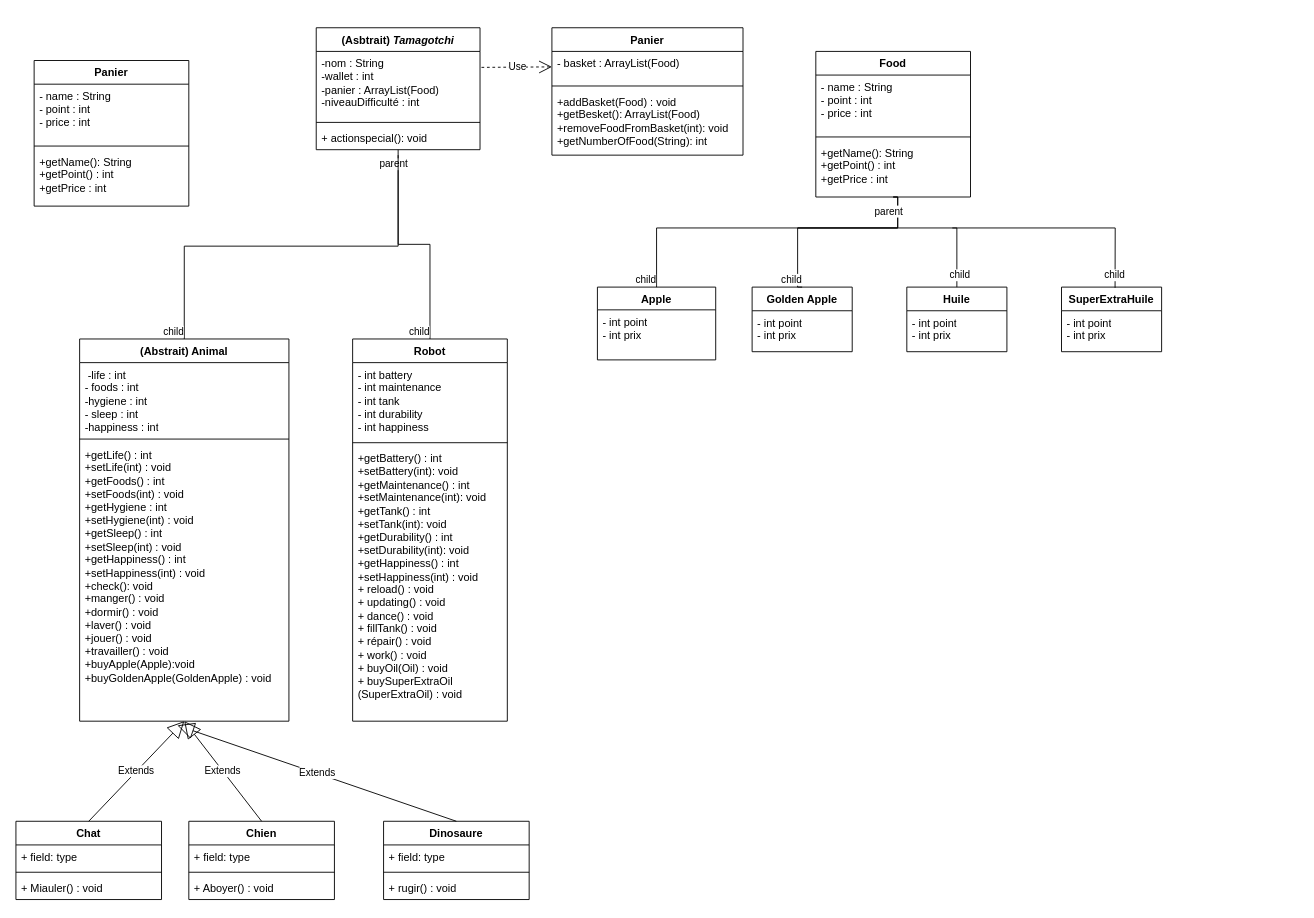
The draw.io diagram DiagramClasse.drawio.drawio in BMaurice56/Tamagotchi, before the edit. Source tidied: cells renumbered, new cells numbered last; positions are measured from the earlier drawing's top-left corner, leaving out a move shared by most shapes. Both pictures are drawn from the tidied source at 91%, with x=0, y=0 at pixel (15, 27).
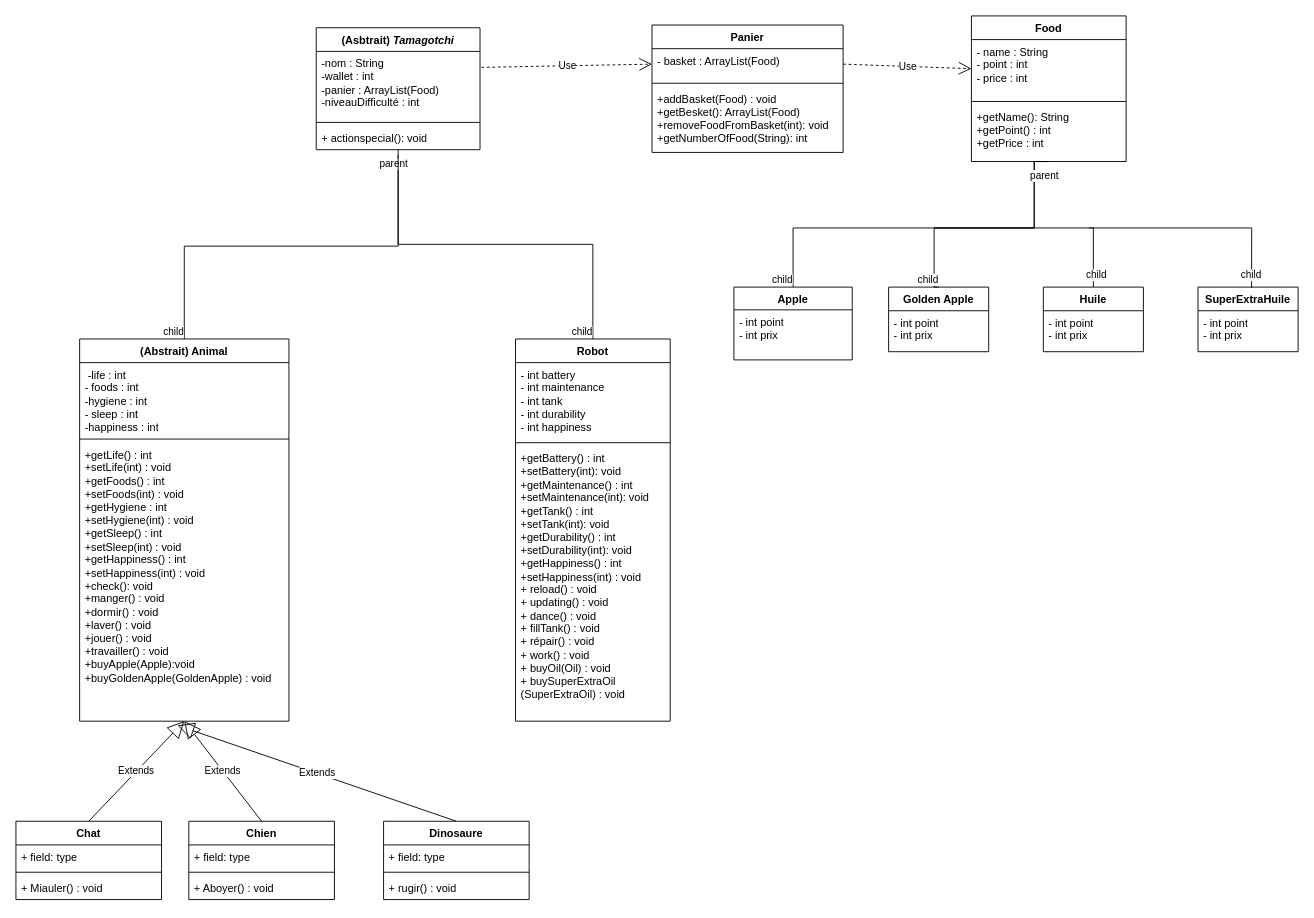
The same diagram, later.

Commit message:
Mettre à jour DiagramClasse.drawio.drawio

The change refers to these unchanged cells:
```xml
<mxCell id="24" value="&lt;div&gt;- name : String&lt;/div&gt;&lt;div&gt;- point : int&lt;/div&gt;&lt;div&gt;- price : int&lt;/div&gt;&lt;div&gt;&lt;br&gt;&lt;/div&gt;" style="text;strokeColor=none;fillColor=none;align=left;verticalAlign=top;spacingLeft=4;spacingRight=4;overflow=hidden;points=[[0,0.5],[1,0.5]];portConstraint=eastwest;whiteSpace=wrap;html=1;" parent="23" vertex="1">
  <mxGeometry y="26" width="170" height="64" as="geometry" />
</mxCell>
<mxCell id="62" value="- basket : ArrayList(Food)" style="text;strokeColor=none;fillColor=none;align=left;verticalAlign=top;spacingLeft=4;spacingRight=4;overflow=hidden;points=[[0,0.5],[1,0.5]];portConstraint=eastwest;whiteSpace=wrap;html=1;" parent="61" vertex="1">
  <mxGeometry y="26" width="210" height="34" as="geometry" />
</mxCell>
```

Diff of the diagram source:
```diff
@@
     <mxCell id="10" value="Robot" style="swimlane;fontStyle=1;align=center;verticalAlign=top;horizontal=1;startSize=26;whiteSpace=wrap;html=1;" parent="1" vertex="1">
-      <mxGeometry x="370" y="342" width="170" height="420" as="geometry" />
+      <mxGeometry x="549" y="342" width="170" height="420" as="geometry" />
     </mxCell>
@@
     <mxCell id="23" value="Food" style="swimlane;fontStyle=1;align=center;verticalAlign=top;horizontal=1;startSize=26;whiteSpace=wrap;html=1;" parent="1" vertex="1">
-      <mxGeometry x="879" y="26" width="170" height="160" as="geometry" />
+      <mxGeometry x="1050" y="-13" width="170" height="160" as="geometry" />
     </mxCell>
@@
     <mxCell id="28" value="Apple" style="swimlane;fontStyle=1;align=center;verticalAlign=top;horizontal=1;startSize=25;whiteSpace=wrap;html=1;" parent="1" vertex="1">
-      <mxGeometry x="639" y="285" width="130" height="80" as="geometry" />
+      <mxGeometry x="789" y="285" width="130" height="80" as="geometry" />
     </mxCell>
@@
     <mxCell id="30" value="Golden Apple" style="swimlane;fontStyle=1;align=center;verticalAlign=top;horizontal=1;startSize=26;whiteSpace=wrap;html=1;" parent="1" vertex="1">
-      <mxGeometry x="809" y="285" width="110" height="71" as="geometry" />
+      <mxGeometry x="959" y="285" width="110" height="71" as="geometry" />
     </mxCell>
@@
     <mxCell id="32" style="endArrow=none;html=1;edgeStyle=orthogonalEdgeStyle;rounded=0;exitX=0.5;exitY=1;exitDx=0;exitDy=0;entryX=0.5;entryY=0;entryDx=0;entryDy=0;fontStyle=1;" parent="1" edge="1" source="23" target="28">
       <mxGeometry relative="1" as="geometry">
         <Array as="points">
-          <mxPoint x="969" y="220" />
-          <mxPoint x="704" y="220" />
+          <mxPoint x="1119" y="220" />
+          <mxPoint x="854" y="220" />
         </Array>
       </mxGeometry>
     </mxCell>
@@
     <mxCell id="35" style="endArrow=none;html=1;edgeStyle=orthogonalEdgeStyle;rounded=0;exitX=0.5;exitY=1;exitDx=0;exitDy=0;entryX=0.5;entryY=0;entryDx=0;entryDy=0;" parent="1" edge="1" source="23" target="30">
       <mxGeometry relative="1" as="geometry">
         <Array as="points">
-          <mxPoint x="969" y="220" />
-          <mxPoint x="859" y="220" />
-          <mxPoint x="859" y="285" />
+          <mxPoint x="1119" y="220" />
+          <mxPoint x="1009" y="220" />
+          <mxPoint x="1009" y="285" />
         </Array>
       </mxGeometry>
     </mxCell>
@@
     <mxCell id="38" value="Huile" style="swimlane;fontStyle=1;align=center;verticalAlign=top;horizontal=1;startSize=26;whiteSpace=wrap;html=1;" parent="1" vertex="1">
-      <mxGeometry x="979" y="285" width="110" height="71" as="geometry" />
+      <mxGeometry x="1129" y="285" width="110" height="71" as="geometry" />
     </mxCell>
@@
     <mxCell id="40" value="SuperExtraHuile" style="swimlane;fontStyle=1;align=center;verticalAlign=top;horizontal=1;startSize=26;whiteSpace=wrap;html=1;" parent="1" vertex="1">
-      <mxGeometry x="1149" y="285" width="110" height="71" as="geometry" />
+      <mxGeometry x="1299" y="285" width="110" height="71" as="geometry" />
     </mxCell>
@@
     <mxCell id="42" style="endArrow=none;html=1;rounded=0;entryX=0.5;entryY=0;entryDx=0;entryDy=0;" parent="1" edge="1" target="38">
       <mxGeometry relative="1" as="geometry">
-        <mxPoint x="859" y="220" as="sourcePoint" />
+        <mxPoint x="1009" y="220" as="sourcePoint" />
         <Array as="points">
-          <mxPoint x="1034" y="220" />
+          <mxPoint x="1184" y="220" />
         </Array>
       </mxGeometry>
     </mxCell>
     <mxCell id="43" style="endArrow=none;html=1;rounded=0;entryX=0.535;entryY=0.011;entryDx=0;entryDy=0;entryPerimeter=0;" parent="1" edge="1" target="40">
       <mxGeometry relative="1" as="geometry">
-        <mxPoint x="1029" y="220" as="sourcePoint" />
+        <mxPoint x="1179" y="220" as="sourcePoint" />
         <Array as="points">
-          <mxPoint x="1208" y="220" />
+          <mxPoint x="1358" y="220" />
         </Array>
       </mxGeometry>
     </mxCell>
     <mxCell id="44" value="child" style="edgeLabel;html=1;align=right;verticalAlign=bottom;" parent="1" vertex="1">
-      <mxGeometry x="1049" y="280" as="geometry" />
+      <mxGeometry x="1199" y="280" as="geometry" />
     </mxCell>
     <mxCell id="45" value="child" style="edgeLabel;html=1;align=right;verticalAlign=bottom;" parent="1" vertex="1">
-      <mxGeometry x="1219" y="280" as="geometry" />
+      <mxGeometry x="1369" y="280" as="geometry" />
     </mxCell>
@@
-    <mxCell id="57" value="Panier" style="swimlane;fontStyle=1;align=center;verticalAlign=top;horizontal=1;startSize=26;whiteSpace=wrap;html=1;" parent="1" vertex="1">
-      <mxGeometry x="20" y="36" width="170" height="160" as="geometry" />
-    </mxCell>
-    <mxCell id="58" value="&lt;div&gt;- name : String&lt;/div&gt;&lt;div&gt;- point : int&lt;/div&gt;&lt;div&gt;- price : int&lt;/div&gt;&lt;div&gt;&lt;br&gt;&lt;/div&gt;" style="text;strokeColor=none;fillColor=none;align=left;verticalAlign=top;spacingLeft=4;spacingRight=4;overflow=hidden;whiteSpace=wrap;html=1;" parent="57" vertex="1">
-      <mxGeometry y="26" width="170" height="64" as="geometry" />
-    </mxCell>
-    <mxCell id="59" style="line;strokeWidth=1;fillColor=none;align=left;verticalAlign=middle;spacingTop=-1;spacingLeft=3;spacingRight=3;labelPosition=right;strokeColor=inherit;" parent="57" vertex="1">
-      <mxGeometry y="90" width="170" height="8" as="geometry" />
-    </mxCell>
-    <mxCell id="60" value="+getName(): String&lt;br&gt;+getPoint() : int&lt;br&gt;+getPrice : int" style="text;strokeColor=none;fillColor=none;align=left;verticalAlign=top;spacingLeft=4;spacingRight=4;overflow=hidden;whiteSpace=wrap;html=1;" parent="57" vertex="1">
-      <mxGeometry y="98" width="170" height="62" as="geometry" />
-    </mxCell>
     <mxCell id="61" value="Panier" style="swimlane;fontStyle=1;align=center;verticalAlign=top;horizontal=1;startSize=26;whiteSpace=wrap;html=1;" parent="1" vertex="1">
-      <mxGeometry x="589" width="210" height="140" as="geometry" />
+      <mxGeometry x="699" y="-3" width="210" height="140" as="geometry" />
     </mxCell>
@@
+    <mxCell id="65" value="Use" style="endArrow=open;endSize=12;dashed=1;html=1;rounded=0;exitX=1;exitY=0.5;exitDx=0;exitDy=0;entryX=0;entryY=0.5;entryDx=0;entryDy=0;" parent="1" edge="1" source="62" target="24">
+      <mxGeometry relative="1" as="geometry" />
+    </mxCell>
```
